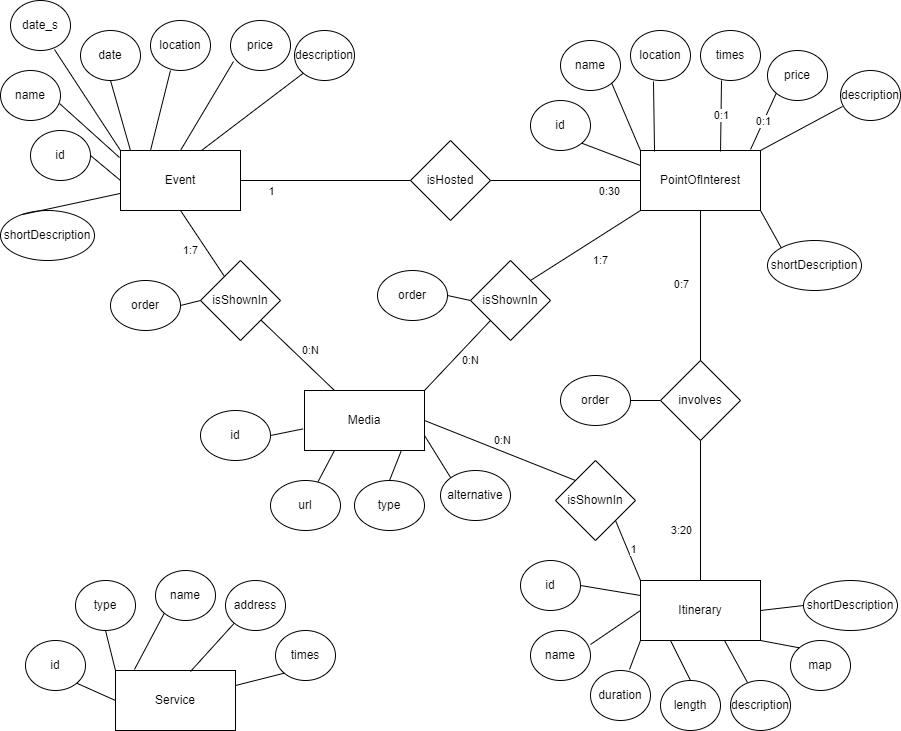
Before: Design-part/database-graph.png, a diagram exported from draw.io (SebastianCastellano/Hypermedia-Project). Source tidied: cells renumbered, new cells last; positions are measured from the earlier drawing's top-left corner, leaving out a move shared by most shapes.
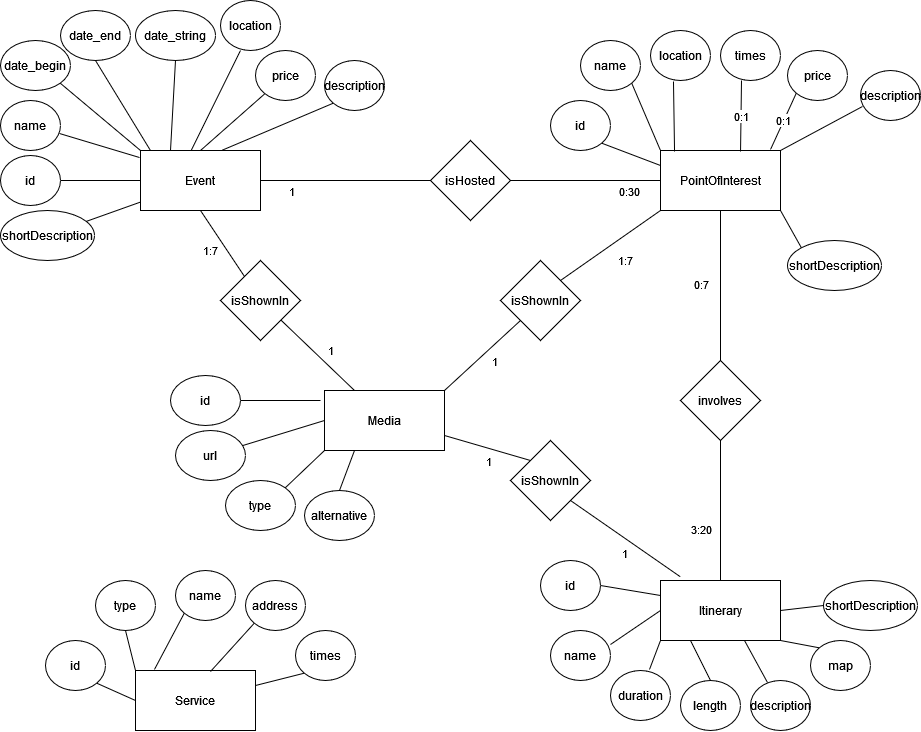
The same diagram one commit later.

Commit message:
Updated database schemas

What changed in the source:
```diff
@@ -15,19 +15,19 @@
       <mxGeometry x="115" y="670" width="120" height="60" as="geometry" />
     </mxCell>
     <mxCell id="6" value="id" style="ellipse;whiteSpace=wrap;html=1;" parent="1" vertex="1">
-      <mxGeometry x="30" y="130" width="60" height="50" as="geometry" />
+      <mxGeometry x="-20" y="155" width="60" height="50" as="geometry" />
     </mxCell>
     <mxCell id="7" value="name" style="ellipse;whiteSpace=wrap;html=1;" parent="1" vertex="1">
-      <mxGeometry y="70" width="60" height="50" as="geometry" />
+      <mxGeometry x="-20" y="100" width="60" height="50" as="geometry" />
     </mxCell>
-    <mxCell id="8" value="date" style="ellipse;whiteSpace=wrap;html=1;" parent="1" vertex="1">
-      <mxGeometry x="80" y="30" width="60" height="50" as="geometry" />
+    <mxCell id="8" value="date_end" style="ellipse;whiteSpace=wrap;html=1;" parent="1" vertex="1">
+      <mxGeometry x="40" y="10" width="70" height="50" as="geometry" />
     </mxCell>
     <mxCell id="9" value="location" style="ellipse;whiteSpace=wrap;html=1;" parent="1" vertex="1">
-      <mxGeometry x="150" y="20" width="60" height="50" as="geometry" />
+      <mxGeometry x="200" width="60" height="50" as="geometry" />
     </mxCell>
     <mxCell id="10" value="price" style="ellipse;whiteSpace=wrap;html=1;" parent="1" vertex="1">
-      <mxGeometry x="230" y="20" width="60" height="50" as="geometry" />
+      <mxGeometry x="235" y="50" width="60" height="50" as="geometry" />
     </mxCell>
     <mxCell id="11" value="isHosted" style="rhombus;whiteSpace=wrap;html=1;" parent="1" vertex="1">
       <mxGeometry x="410" y="140" width="80" height="80" as="geometry" />
@@ -68,7 +68,7 @@
       </mxGeometry>
     </mxCell>
     <mxCell id="21" value="description" style="ellipse;whiteSpace=wrap;html=1;" parent="1" vertex="1">
-      <mxGeometry x="294" y="30" width="60" height="50" as="geometry" />
+      <mxGeometry x="304" y="60" width="60" height="50" as="geometry" />
     </mxCell>
     <mxCell id="22" style="endArrow=none;html=1;rounded=0;entryX=0;entryY=0.5;entryDx=0;entryDy=0;exitX=1;exitY=0.5;exitDx=0;exitDy=0;" parent="1" edge="1" source="6" target="2">
       <mxGeometry relative="1" as="geometry" />
@@ -79,19 +79,19 @@
     <mxCell id="24" style="endArrow=none;html=1;rounded=0;exitX=0.083;exitY=0;exitDx=0;exitDy=0;exitPerimeter=0;entryX=0.5;entryY=1;entryDx=0;entryDy=0;" parent="1" edge="1" source="2" target="8">
       <mxGeometry relative="1" as="geometry" />
     </mxCell>
-    <mxCell id="25" style="endArrow=none;html=1;rounded=0;exitX=0.25;exitY=0;exitDx=0;exitDy=0;entryX=0.333;entryY=1;entryDx=0;entryDy=0;entryPerimeter=0;" parent="1" edge="1" source="2" target="9">
+    <mxCell id="25" style="endArrow=none;html=1;rounded=0;exitX=0.422;exitY=0.001;exitDx=0;exitDy=0;entryX=0.333;entryY=1;entryDx=0;entryDy=0;entryPerimeter=0;exitPerimeter=0;" parent="1" edge="1" source="2" target="9">
       <mxGeometry relative="1" as="geometry" />
     </mxCell>
-    <mxCell id="26" style="endArrow=none;html=1;rounded=0;exitX=0.5;exitY=0;exitDx=0;exitDy=0;entryX=0.05;entryY=0.82;entryDx=0;entryDy=0;entryPerimeter=0;" parent="1" edge="1" source="2" target="10">
+    <mxCell id="26" style="endArrow=none;html=1;rounded=0;exitX=0.5;exitY=0;exitDx=0;exitDy=0;" parent="1" edge="1" source="2" target="10">
       <mxGeometry relative="1" as="geometry" />
     </mxCell>
     <mxCell id="27" style="endArrow=none;html=1;rounded=0;exitX=0.675;exitY=0;exitDx=0;exitDy=0;exitPerimeter=0;entryX=0;entryY=1;entryDx=0;entryDy=0;" parent="1" edge="1" source="2" target="21">
       <mxGeometry relative="1" as="geometry" />
     </mxCell>
     <mxCell id="28" value="shortDescription" style="ellipse;whiteSpace=wrap;html=1;" parent="1" vertex="1">
-      <mxGeometry y="210" width="94" height="50" as="geometry" />
+      <mxGeometry x="-20" y="210" width="94" height="50" as="geometry" />
     </mxCell>
-    <mxCell id="29" style="endArrow=none;html=1;rounded=0;exitX=0.234;exitY=0.08;exitDx=0;exitDy=0;exitPerimeter=0;" parent="1" edge="1" source="28" target="2">
+    <mxCell id="29" style="endArrow=none;html=1;rounded=0;" parent="1" edge="1" source="28" target="2">
       <mxGeometry relative="1" as="geometry" />
     </mxCell>
     <mxCell id="30" value="id" style="ellipse;whiteSpace=wrap;html=1;" parent="1" vertex="1">
@@ -212,34 +212,36 @@
       <mxGeometry x="304" y="390" width="120" height="60" as="geometry" />
     </mxCell>
     <mxCell id="69" value="id" style="ellipse;whiteSpace=wrap;html=1;" parent="1" vertex="1">
-      <mxGeometry x="200" y="410" width="70" height="50" as="geometry" />
+      <mxGeometry x="150" y="375" width="70" height="50" as="geometry" />
     </mxCell>
     <mxCell id="70" value="url" style="ellipse;whiteSpace=wrap;html=1;" parent="1" vertex="1">
-      <mxGeometry x="270" y="480" width="70" height="50" as="geometry" />
+      <mxGeometry x="155" y="430" width="70" height="50" as="geometry" />
     </mxCell>
     <mxCell id="71" value="type" style="ellipse;whiteSpace=wrap;html=1;" parent="1" vertex="1">
-      <mxGeometry x="354" y="480" width="70" height="50" as="geometry" />
+      <mxGeometry x="205" y="480" width="70" height="50" as="geometry" />
     </mxCell>
     <mxCell id="72" value="alternative" style="ellipse;whiteSpace=wrap;html=1;" parent="1" vertex="1">
-      <mxGeometry x="440" y="470" width="70" height="50" as="geometry" />
+      <mxGeometry x="284" y="490" width="70" height="50" as="geometry" />
     </mxCell>
-    <mxCell id="73" style="endArrow=none;html=1;rounded=0;exitX=1;exitY=0.75;exitDx=0;exitDy=0;entryX=0;entryY=0;entryDx=0;entryDy=0;" parent="1" edge="1" source="68" target="72">
+    <mxCell id="73" style="endArrow=none;html=1;rounded=0;exitX=0.25;exitY=1;exitDx=0;exitDy=0;entryX=0.5;entryY=0;entryDx=0;entryDy=0;" parent="1" edge="1" source="68" target="72">
       <mxGeometry relative="1" as="geometry" />
     </mxCell>
-    <mxCell id="74" style="endArrow=none;html=1;rounded=0;exitX=-0.012;exitY=0.64;exitDx=0;exitDy=0;entryX=1;entryY=0.5;entryDx=0;entryDy=0;exitPerimeter=0;" parent="1" edge="1" source="68" target="69">
-      <mxGeometry relative="1" as="geometry" />
+    <mxCell id="74" style="endArrow=none;html=1;rounded=0;entryX=1;entryY=0.5;entryDx=0;entryDy=0;" parent="1" edge="1" target="69">
+      <mxGeometry relative="1" as="geometry">
+        <mxPoint x="300" y="400" as="sourcePoint" />
+      </mxGeometry>
     </mxCell>
-    <mxCell id="75" style="endArrow=none;html=1;rounded=0;exitX=0.807;exitY=1.002;exitDx=0;exitDy=0;entryX=0.5;entryY=0;entryDx=0;entryDy=0;exitPerimeter=0;" parent="1" edge="1" source="68" target="71">
+    <mxCell id="75" style="endArrow=none;html=1;rounded=0;exitX=0;exitY=1;exitDx=0;exitDy=0;entryX=1;entryY=0;entryDx=0;entryDy=0;" parent="1" edge="1" source="68" target="71">
       <mxGeometry relative="1" as="geometry" />
     </mxCell>
-    <mxCell id="76" style="endArrow=none;html=1;rounded=0;exitX=0.25;exitY=1;exitDx=0;exitDy=0;" parent="1" edge="1" source="68" target="70">
+    <mxCell id="76" style="endArrow=none;html=1;rounded=0;exitX=0;exitY=0.5;exitDx=0;exitDy=0;" parent="1" edge="1" source="68" target="70">
       <mxGeometry relative="1" as="geometry" />
     </mxCell>
     <mxCell id="77" value="isShownIn" style="rhombus;whiteSpace=wrap;html=1;" parent="1" vertex="1">
       <mxGeometry x="200" y="260" width="80" height="80" as="geometry" />
     </mxCell>
     <mxCell id="78" value="isShownIn" style="rhombus;whiteSpace=wrap;html=1;" parent="1" vertex="1">
-      <mxGeometry x="470" y="260" width="80" height="80" as="geometry" />
+      <mxGeometry x="480" y="260" width="80" height="80" as="geometry" />
     </mxCell>
     <mxCell id="79" value="&lt;div&gt;1:7&lt;/div&gt;" style="endArrow=none;html=1;rounded=0;entryX=0.5;entryY=1;entryDx=0;entryDy=0;" parent="1" edge="1" source="77" target="2">
       <mxGeometry x="0.02" y="14" relative="1" as="geometry">
@@ -248,57 +250,35 @@
         </Array>
       </mxGeometry>
     </mxCell>
-    <mxCell id="80" value="0:N" style="endArrow=none;html=1;rounded=0;entryX=0.25;entryY=0;entryDx=0;entryDy=0;" parent="1" edge="1" source="77" target="68">
+    <mxCell id="80" value="1" style="endArrow=none;html=1;rounded=0;entryX=0.25;entryY=0;entryDx=0;entryDy=0;" parent="1" edge="1" source="77" target="68">
       <mxGeometry x="0.12" y="12" relative="1" as="geometry" />
     </mxCell>
-    <mxCell id="81" value="0:N" style="endArrow=none;html=1;rounded=0;entryX=0;entryY=1;entryDx=0;entryDy=0;exitX=1;exitY=0;exitDx=0;exitDy=0;" parent="1" edge="1" source="68" target="78">
+    <mxCell id="81" value="1" style="endArrow=none;html=1;rounded=0;entryX=0;entryY=1;entryDx=0;entryDy=0;exitX=1;exitY=0;exitDx=0;exitDy=0;" parent="1" edge="1" source="68" target="78">
       <mxGeometry x="0.11" y="-13" relative="1" as="geometry" />
     </mxCell>
     <mxCell id="82" value="1:7" style="endArrow=none;html=1;rounded=0;entryX=0;entryY=1;entryDx=0;entryDy=0;exitX=1;exitY=0;exitDx=0;exitDy=0;" parent="1" edge="1" source="78" target="3">
       <mxGeometry x="0.07" y="-21" relative="1" as="geometry" />
     </mxCell>
-    <mxCell id="83" value="date_s" style="ellipse;whiteSpace=wrap;html=1;" parent="1" vertex="1">
-      <mxGeometry x="10" width="60" height="50" as="geometry" />
-    </mxCell>
-    <mxCell id="84" style="endArrow=none;html=1;rounded=0;exitX=0;exitY=0;exitDx=0;exitDy=0;entryX=0.733;entryY=0.98;entryDx=0;entryDy=0;entryPerimeter=0;" parent="1" edge="1" source="2" target="83">
-      <mxGeometry relative="1" as="geometry" />
-    </mxCell>
-    <mxCell id="85" value="order" style="ellipse;whiteSpace=wrap;html=1;" parent="1" vertex="1">
-      <mxGeometry x="560" y="375" width="70" height="50" as="geometry" />
-    </mxCell>
-    <mxCell id="86" style="endArrow=none;html=1;rounded=0;entryX=1;entryY=0.5;entryDx=0;entryDy=0;exitX=0;exitY=0.5;exitDx=0;exitDy=0;" parent="1" edge="1" source="16" target="85">
-      <mxGeometry relative="1" as="geometry" />
-    </mxCell>
-    <mxCell id="87" value="order" style="ellipse;whiteSpace=wrap;html=1;" parent="1" vertex="1">
-      <mxGeometry x="377" y="270" width="70" height="50" as="geometry" />
-    </mxCell>
-    <mxCell id="88" value="order" style="ellipse;whiteSpace=wrap;html=1;" parent="1" vertex="1">
-      <mxGeometry x="110" y="280" width="70" height="50" as="geometry" />
-    </mxCell>
-    <mxCell id="89" style="endArrow=none;html=1;rounded=0;entryX=1;entryY=0.5;entryDx=0;entryDy=0;exitX=0;exitY=0.5;exitDx=0;exitDy=0;" parent="1" edge="1" source="78" target="87">
-      <mxGeometry relative="1" as="geometry" />
-    </mxCell>
-    <mxCell id="90" style="endArrow=none;html=1;rounded=0;entryX=1;entryY=0.5;entryDx=0;entryDy=0;exitX=0;exitY=0.5;exitDx=0;exitDy=0;" parent="1" edge="1" source="77" target="88">
-      <mxGeometry relative="1" as="geometry" />
-    </mxCell>
+    <mxCell id="96" value="&lt;div&gt;date_string&lt;/div&gt;" style="ellipse;whiteSpace=wrap;html=1;" parent="1" vertex="1">
+      <mxGeometry x="115" y="10" width="80" height="50" as="geometry" />
+    </mxCell>
+    <mxCell id="97" value="&lt;div&gt;date_begin&lt;/div&gt;" style="ellipse;whiteSpace=wrap;html=1;" parent="1" vertex="1">
+      <mxGeometry x="-20" y="40" width="70" height="50" as="geometry" />
+    </mxCell>
+    <mxCell id="98" style="endArrow=none;html=1;rounded=0;exitX=0;exitY=0;exitDx=0;exitDy=0;entryX=1;entryY=1;entryDx=0;entryDy=0;" parent="1" edge="1" source="2" target="97">
+      <mxGeometry relative="1" as="geometry" />
+    </mxCell>
+    <mxCell id="99" style="endArrow=none;html=1;rounded=0;exitX=0.25;exitY=0;exitDx=0;exitDy=0;entryX=0.5;entryY=1;entryDx=0;entryDy=0;" parent="1" edge="1" source="2" target="96">
+      <mxGeometry relative="1" as="geometry" />
+    </mxCell>
     <mxCell id="91" value="isShownIn" style="rhombus;whiteSpace=wrap;html=1;" parent="1" vertex="1">
-      <mxGeometry x="555" y="460" width="80" height="80" as="geometry" />
+      <mxGeometry x="490" y="440" width="80" height="80" as="geometry" />
     </mxCell>
-    <mxCell id="92" style="endArrow=none;html=1;rounded=0;exitX=1;exitY=0.5;exitDx=0;exitDy=0;entryX=0;entryY=0;entryDx=0;entryDy=0;" parent="1" edge="1" source="68" target="91">
-      <mxGeometry relative="1" as="geometry" />
+    <mxCell id="92" value="1" style="endArrow=none;html=1;rounded=0;entryX=0;entryY=0;entryDx=0;entryDy=0;exitX=1;exitY=0.75;exitDx=0;exitDy=0;" parent="1" edge="1" source="68" target="91">
+      <mxGeometry x="0.11" y="-13" relative="1" as="geometry" />
     </mxCell>
-    <mxCell id="93" value="0:N" style="edgeLabel;html=1;align=center;verticalAlign=middle;" parent="92" vertex="1">
-      <mxGeometry x="0.03" y="-2" relative="1" as="geometry">
-        <mxPoint y="-13" as="offset" />
-      </mxGeometry>
-    </mxCell>
-    <mxCell id="94" style="endArrow=none;html=1;rounded=0;exitX=1;exitY=1;exitDx=0;exitDy=0;entryX=0;entryY=0;entryDx=0;entryDy=0;" parent="1" edge="1" source="91" target="4">
-      <mxGeometry relative="1" as="geometry" />
+    <mxCell id="94" value="1" style="endArrow=none;html=1;rounded=0;entryX=0.166;entryY=-0.061;entryDx=0;entryDy=0;exitX=1;exitY=1;exitDx=0;exitDy=0;entryPerimeter=0;" parent="1" edge="1" source="91" target="4">
+      <mxGeometry x="0.11" y="-13" relative="1" as="geometry" />
     </mxCell>
-    <mxCell id="95" value="1" style="edgeLabel;html=1;align=center;verticalAlign=middle;" parent="94" vertex="1">
-      <mxGeometry x="-0.01" y="2" relative="1" as="geometry">
-        <mxPoint x="3" as="offset" />
-      </mxGeometry>
-    </mxCell>
   </root>
 </mxGraphModel>
```
